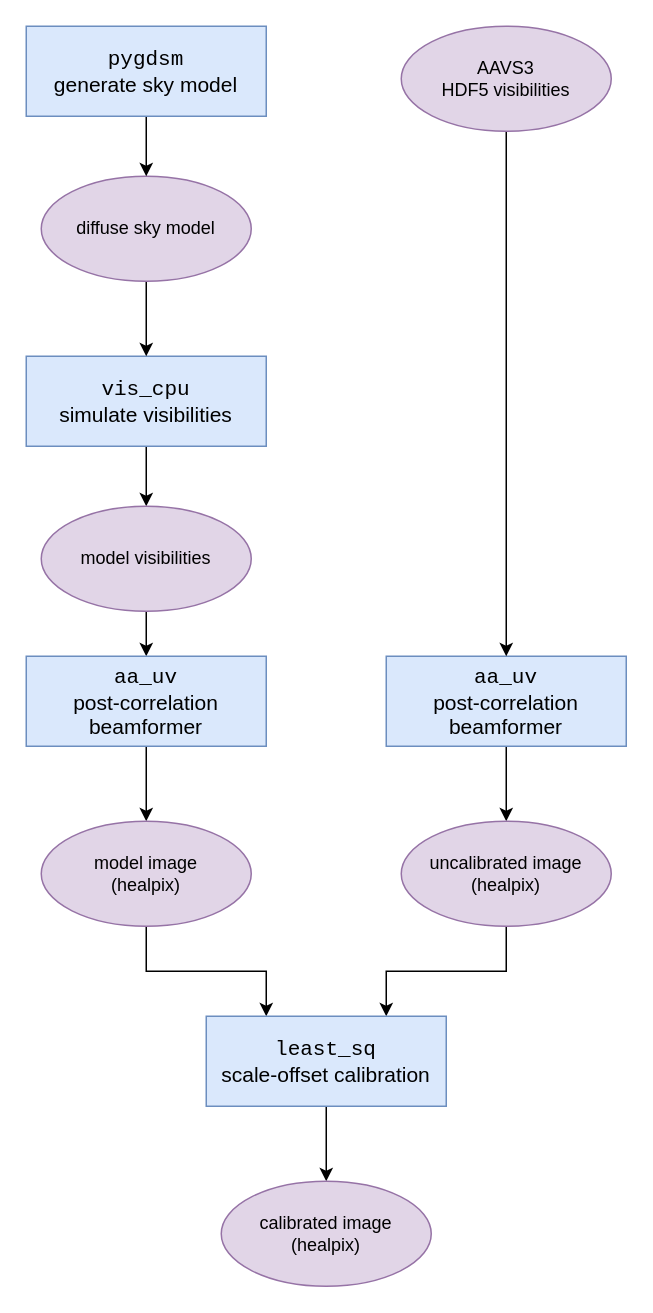
The draw.io diagram page "Page-2" (2 of 3) of docs/diagrams/uv_flow.drawio in ska-low/aavs_uv, before the edit. Source tidied: cells renumbered, new cells numbered last; positions are measured from the earlier drawing's top-left corner, leaving out a move shared by most shapes. Both pictures are drawn from the tidied source at 150%, with x=0, y=0 at pixel (26, 26).
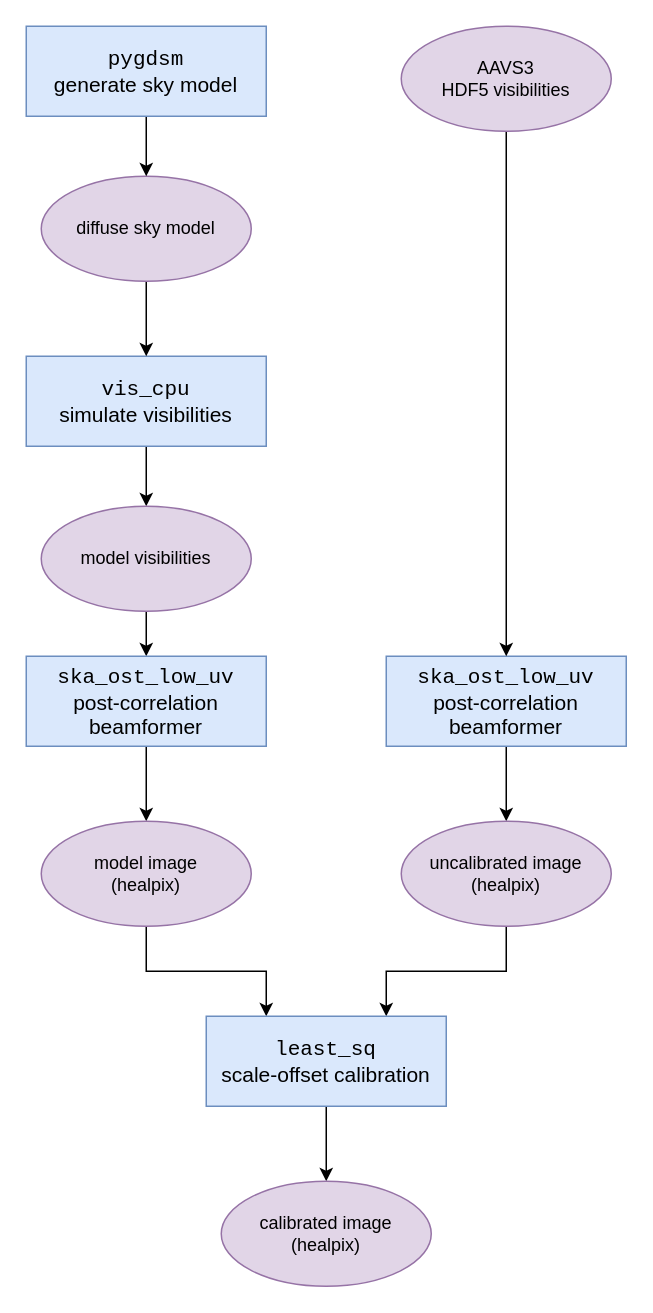
The same diagram, later.

What changed in the source:
```diff
@@
-    <mxCell id="3" value="&lt;font face=&quot;Courier New&quot;&gt;aa_uv&lt;/font&gt;&lt;br&gt;post-correlation&lt;br&gt;beamformer" style="rounded=0;whiteSpace=wrap;html=1;fillColor=#dae8fc;strokeColor=#6c8ebf;fontSize=14;" parent="1" vertex="1">
+    <mxCell id="3" value="&lt;font face=&quot;Courier New&quot;&gt;ska_ost_low_uv&lt;/font&gt;&lt;br&gt;post-correlation&lt;br&gt;beamformer" style="rounded=0;whiteSpace=wrap;html=1;fillColor=#dae8fc;strokeColor=#6c8ebf;fontSize=14;" parent="1" vertex="1">
       <mxGeometry x="240" y="420" width="160" height="60" as="geometry" />
     </mxCell>
@@
-    <mxCell id="17" value="&lt;font face=&quot;Courier New&quot;&gt;aa_uv&lt;/font&gt;&lt;br&gt;post-correlation&lt;br&gt;beamformer" style="rounded=0;whiteSpace=wrap;html=1;fillColor=#dae8fc;strokeColor=#6c8ebf;fontSize=14;" parent="1" vertex="1">
+    <mxCell id="17" value="&lt;font face=&quot;Courier New&quot;&gt;ska_ost_low_uv&lt;/font&gt;&lt;br&gt;post-correlation&lt;br&gt;beamformer" style="rounded=0;whiteSpace=wrap;html=1;fillColor=#dae8fc;strokeColor=#6c8ebf;fontSize=14;" parent="1" vertex="1">
       <mxGeometry y="420" width="160" height="60" as="geometry" />
     </mxCell>
```
